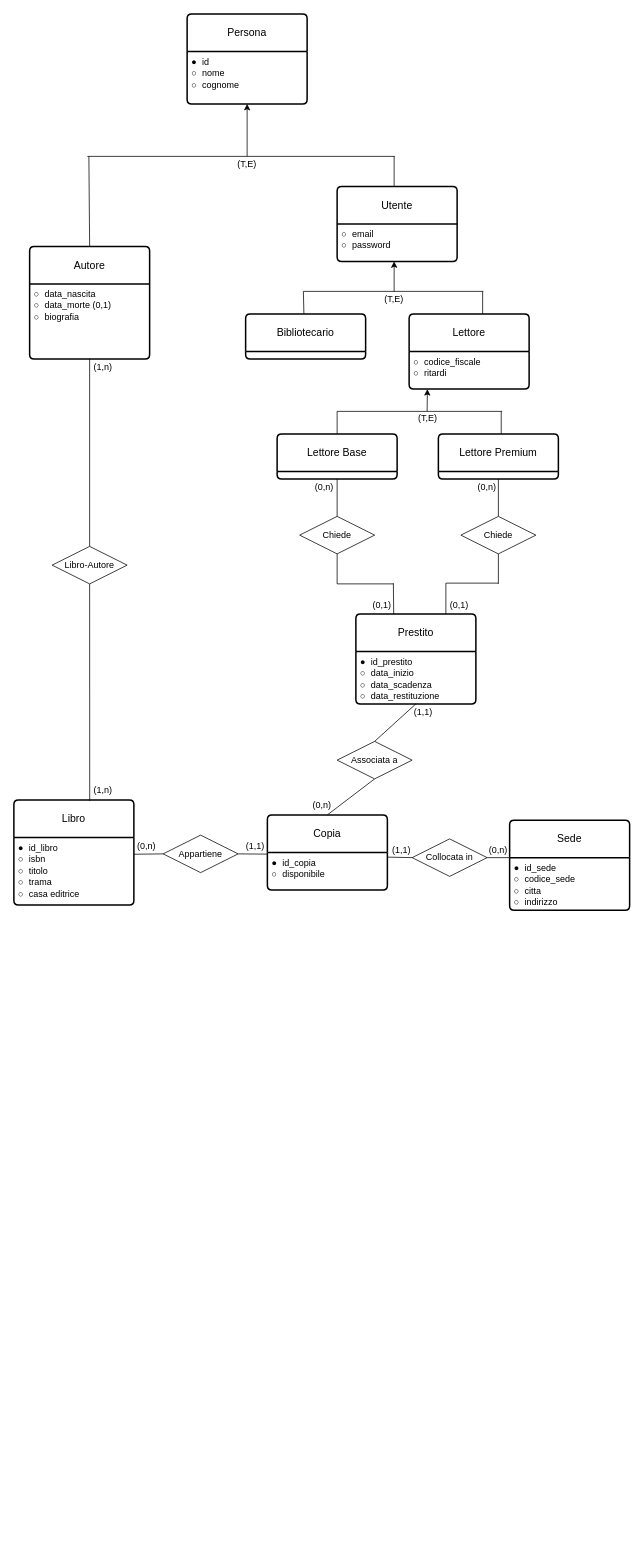
The draw.io diagram Untitled Diagram.drawio in jaczao/library-management-system, before the edit. Source tidied: cells renumbered, new cells numbered last; positions are measured from the earlier drawing's top-left corner, leaving out a move shared by most shapes. Both pictures are drawn from the tidied source at 75%, with x=0, y=0 at pixel (14, 14).
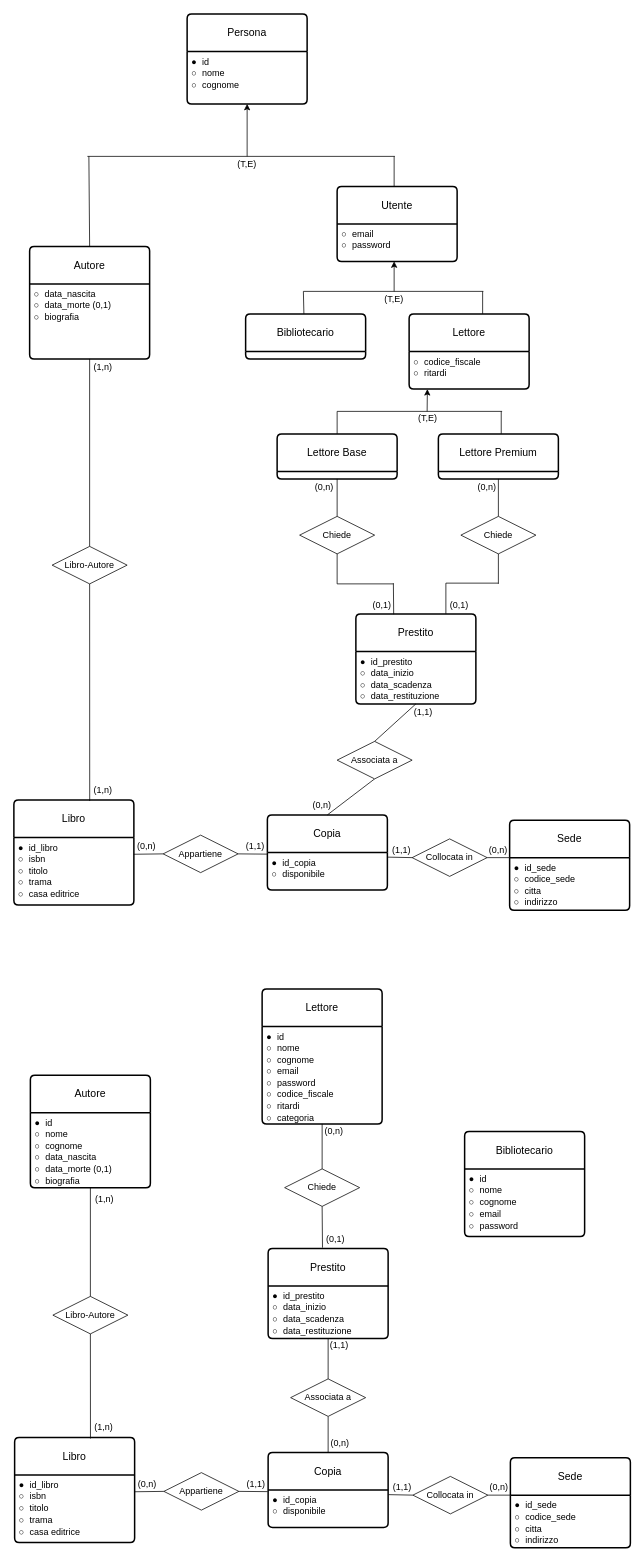
The same page after the edit.

Commit message:
Update: Accorpati Diagrammi in 1 file.drawio

Diff of the diagram source:
```diff
@@
+    <mxCell id="71" value="Libro" style="swimlane;horizontal=1;startSize=50;rounded=1;fontSize=14;fontStyle=0;strokeWidth=2;shadow=0;dashed=0;align=center;arcSize=4;whiteSpace=wrap;html=1;" parent="1" vertex="1">
+      <mxGeometry x="1" y="1898" width="160" height="140" as="geometry" />
+    </mxCell>
+    <mxCell id="72" value="&lt;code style=&quot;white-space: normal;&quot;&gt;●&amp;nbsp;&lt;/code&gt;id_libro&lt;br&gt;&lt;code style=&quot;white-space: normal;&quot;&gt;○&amp;nbsp;&lt;/code&gt;isbn&lt;br&gt;&lt;code style=&quot;white-space: normal;&quot;&gt;○&amp;nbsp;&lt;/code&gt;titolo&lt;br&gt;&lt;div&gt;&lt;code style=&quot;white-space: normal;&quot;&gt;○&amp;nbsp;&lt;/code&gt;trama&lt;br&gt;&lt;/div&gt;&lt;div&gt;&lt;code style=&quot;white-space: normal;&quot;&gt;○&amp;nbsp;&lt;/code&gt;casa editrice&lt;br&gt;&lt;/div&gt;" style="align=left;strokeColor=none;fillColor=none;spacingLeft=4;fontSize=12;verticalAlign=top;html=1;" parent="71" vertex="1">
+      <mxGeometry y="50" width="160" height="90" as="geometry" />
+    </mxCell>
+    <mxCell id="73" value="Autore" style="swimlane;horizontal=1;startSize=50;rounded=1;fontSize=14;fontStyle=0;strokeWidth=2;shadow=0;dashed=0;align=center;arcSize=4;whiteSpace=wrap;html=1;" parent="1" vertex="1">
+      <mxGeometry x="22" y="1415" width="160" height="150" as="geometry" />
+    </mxCell>
+    <mxCell id="74" value="&lt;div&gt;&lt;code style=&quot;white-space: normal;&quot;&gt;&lt;code&gt;●&amp;nbsp;&lt;/code&gt;&lt;span style=&quot;font-family: Helvetica; white-space: nowrap;&quot;&gt;id&lt;/span&gt;&lt;br style=&quot;font-family: Helvetica; white-space: nowrap;&quot;&gt;&lt;code&gt;○&amp;nbsp;&lt;/code&gt;&lt;span style=&quot;font-family: Helvetica; white-space: nowrap;&quot;&gt;nome&lt;/span&gt;&lt;div style=&quot;font-family: Helvetica; white-space: nowrap;&quot;&gt;&lt;code style=&quot;white-space: normal;&quot;&gt;○&amp;nbsp;&lt;/code&gt;cognome&lt;/div&gt;&lt;/code&gt;&lt;/div&gt;&lt;code style=&quot;white-space: normal;&quot;&gt;○&amp;nbsp;&lt;/code&gt;data_nascita&lt;br&gt;&lt;div&gt;&lt;code style=&quot;white-space: normal;&quot;&gt;○&amp;nbsp;&lt;/code&gt;data_morte (0,1)&lt;br&gt;&lt;/div&gt;&lt;div&gt;&lt;code style=&quot;white-space: normal;&quot;&gt;○&amp;nbsp;&lt;/code&gt;biografia&lt;br&gt;&lt;/div&gt;" style="align=left;strokeColor=none;fillColor=none;spacingLeft=4;fontSize=12;verticalAlign=top;html=1;" parent="73" vertex="1">
+      <mxGeometry y="50" width="160" height="100" as="geometry" />
+    </mxCell>
+    <mxCell id="75" value="Lettore" style="swimlane;horizontal=1;startSize=50;rounded=1;fontSize=14;fontStyle=0;strokeWidth=2;shadow=0;dashed=0;align=center;arcSize=4;whiteSpace=wrap;html=1;" parent="1" vertex="1">
+      <mxGeometry x="331" y="1300" width="160" height="180" as="geometry" />
+    </mxCell>
+    <mxCell id="76" value="&lt;div&gt;&lt;code style=&quot;white-space: normal;&quot;&gt;&lt;code&gt;●&amp;nbsp;&lt;/code&gt;&lt;span style=&quot;font-family: Helvetica; white-space: nowrap;&quot;&gt;id&lt;/span&gt;&lt;br style=&quot;font-family: Helvetica; white-space: nowrap;&quot;&gt;&lt;code&gt;○&amp;nbsp;&lt;/code&gt;&lt;span style=&quot;font-family: Helvetica; white-space: nowrap;&quot;&gt;nome&lt;/span&gt;&lt;div style=&quot;font-family: Helvetica; white-space: nowrap;&quot;&gt;&lt;code style=&quot;white-space: normal;&quot;&gt;○&amp;nbsp;&lt;/code&gt;cognome&lt;/div&gt;&lt;div style=&quot;font-family: Helvetica; white-space: nowrap;&quot;&gt;&lt;code style=&quot;white-space: normal;&quot;&gt;○&amp;nbsp;&lt;/code&gt;email&lt;div&gt;&lt;code style=&quot;white-space: normal;&quot;&gt;○&amp;nbsp;&lt;/code&gt;password&lt;/div&gt;&lt;/div&gt;&lt;/code&gt;&lt;/div&gt;&lt;code style=&quot;white-space: normal;&quot;&gt;○&amp;nbsp;&lt;/code&gt;codice_fiscale&lt;div&gt;&lt;code style=&quot;white-space: normal;&quot;&gt;○&amp;nbsp;&lt;/code&gt;ritardi&lt;br&gt;&lt;/div&gt;&lt;div&gt;&lt;code style=&quot;white-space: normal;&quot;&gt;○&amp;nbsp;&lt;/code&gt;categoria&lt;br&gt;&lt;/div&gt;" style="align=left;strokeColor=none;fillColor=none;spacingLeft=4;fontSize=12;verticalAlign=top;html=1;" parent="75" vertex="1">
+      <mxGeometry y="50" width="160" height="130" as="geometry" />
+    </mxCell>
+    <mxCell id="77" value="Sede" style="swimlane;horizontal=1;startSize=50;rounded=1;fontSize=14;fontStyle=0;strokeWidth=2;shadow=0;dashed=0;align=center;arcSize=4;whiteSpace=wrap;html=1;" parent="1" vertex="1">
+      <mxGeometry x="662" y="1925" width="160" height="120" as="geometry" />
+    </mxCell>
+    <mxCell id="78" value="&lt;code style=&quot;white-space: normal;&quot;&gt;●&amp;nbsp;&lt;/code&gt;id_sede&lt;br&gt;&lt;code style=&quot;white-space: normal;&quot;&gt;○&amp;nbsp;&lt;/code&gt;codice_sede&lt;br&gt;&lt;code style=&quot;white-space: normal;&quot;&gt;○&amp;nbsp;&lt;/code&gt;citta&lt;br&gt;&lt;div&gt;&lt;code style=&quot;white-space: normal;&quot;&gt;○&amp;nbsp;&lt;/code&gt;indirizzo&lt;br&gt;&lt;/div&gt;" style="align=left;strokeColor=none;fillColor=none;spacingLeft=4;fontSize=12;verticalAlign=top;html=1;" parent="77" vertex="1">
+      <mxGeometry y="50" width="160" height="70" as="geometry" />
+    </mxCell>
+    <mxCell id="79" value="Libro-Autore" style="shape=rhombus;perimeter=rhombusPerimeter;whiteSpace=wrap;html=1;align=center;" parent="1" vertex="1">
+      <mxGeometry x="52" y="1710" width="100" height="50" as="geometry" />
+    </mxCell>
+    <mxCell id="80" style="endArrow=none;html=1;rounded=0;entryX=0.5;entryY=1;entryDx=0;entryDy=0;exitX=0.632;exitY=0.011;exitDx=0;exitDy=0;exitPerimeter=0;" parent="1" edge="1" source="71" target="79">
+      <mxGeometry relative="1" as="geometry" />
+    </mxCell>
+    <mxCell id="81" value="Copia" style="swimlane;horizontal=1;startSize=50;rounded=1;fontSize=14;fontStyle=0;strokeWidth=2;shadow=0;dashed=0;align=center;arcSize=4;whiteSpace=wrap;html=1;" parent="1" vertex="1">
+      <mxGeometry x="339" y="1918" width="160" height="100" as="geometry" />
+    </mxCell>
+    <mxCell id="82" value="&lt;code style=&quot;white-space: normal;&quot;&gt;●&amp;nbsp;&lt;/code&gt;id_copia&lt;br&gt;&lt;code style=&quot;white-space: normal;&quot;&gt;○&amp;nbsp;&lt;/code&gt;disponibile" style="align=left;strokeColor=none;fillColor=none;spacingLeft=4;fontSize=12;verticalAlign=top;html=1;" parent="81" vertex="1">
+      <mxGeometry y="50" width="160" height="50" as="geometry" />
+    </mxCell>
+    <mxCell id="83" value="Appartiene" style="shape=rhombus;perimeter=rhombusPerimeter;whiteSpace=wrap;html=1;align=center;" parent="1" vertex="1">
+      <mxGeometry x="200" y="1945" width="100" height="50" as="geometry" />
+    </mxCell>
+    <mxCell id="84" value="Collocata in" style="shape=rhombus;perimeter=rhombusPerimeter;whiteSpace=wrap;html=1;align=center;" parent="1" vertex="1">
+      <mxGeometry x="532" y="1950" width="100" height="50" as="geometry" />
+    </mxCell>
+    <mxCell id="85" style="endArrow=none;html=1;rounded=0;entryX=0;entryY=0.5;entryDx=0;entryDy=0;exitX=1;exitY=0.25;exitDx=0;exitDy=0;" parent="1" edge="1" source="72" target="83">
+      <mxGeometry relative="1" as="geometry" />
+    </mxCell>
+    <mxCell id="86" style="endArrow=none;html=1;rounded=0;entryX=-0.004;entryY=0.047;entryDx=0;entryDy=0;entryPerimeter=0;exitX=1;exitY=0.5;exitDx=0;exitDy=0;" parent="1" edge="1" source="83" target="82">
+      <mxGeometry relative="1" as="geometry" />
+    </mxCell>
+    <mxCell id="87" style="endArrow=none;html=1;rounded=0;entryX=0;entryY=0.5;entryDx=0;entryDy=0;exitX=1.002;exitY=0.127;exitDx=0;exitDy=0;exitPerimeter=0;" parent="1" edge="1" source="82" target="84">
+      <mxGeometry relative="1" as="geometry" />
+    </mxCell>
+    <mxCell id="88" style="endArrow=none;html=1;rounded=0;entryX=0;entryY=0.417;entryDx=0;entryDy=0;exitX=1;exitY=0.5;exitDx=0;exitDy=0;entryPerimeter=0;" parent="1" edge="1" source="84" target="77">
+      <mxGeometry relative="1" as="geometry" />
+    </mxCell>
+    <mxCell id="89" value="(1,n)" style="text;html=1;align=center;verticalAlign=middle;whiteSpace=wrap;rounded=0;" parent="1" vertex="1">
+      <mxGeometry x="91" y="1565" width="60" height="30" as="geometry" />
+    </mxCell>
+    <mxCell id="90" value="(1,n)" style="text;html=1;align=center;verticalAlign=middle;whiteSpace=wrap;rounded=0;" parent="1" vertex="1">
+      <mxGeometry x="90" y="1870" width="60" height="30" as="geometry" />
+    </mxCell>
+    <mxCell id="91" value="(0,n)" style="text;html=1;align=center;verticalAlign=middle;whiteSpace=wrap;rounded=0;" parent="1" vertex="1">
+      <mxGeometry x="148" y="1945" width="60" height="30" as="geometry" />
+    </mxCell>
+    <mxCell id="92" value="(1,1)" style="text;html=1;align=center;verticalAlign=middle;whiteSpace=wrap;rounded=0;" parent="1" vertex="1">
+      <mxGeometry x="293" y="1945" width="60" height="30" as="geometry" />
+    </mxCell>
+    <mxCell id="93" value="(1,1)" style="text;html=1;align=center;verticalAlign=middle;whiteSpace=wrap;rounded=0;" parent="1" vertex="1">
+      <mxGeometry x="488" y="1950" width="60" height="30" as="geometry" />
+    </mxCell>
+    <mxCell id="94" value="(0,n)" style="text;html=1;align=center;verticalAlign=middle;whiteSpace=wrap;rounded=0;" parent="1" vertex="1">
+      <mxGeometry x="617" y="1950" width="60" height="30" as="geometry" />
+    </mxCell>
+    <mxCell id="95" style="endArrow=none;html=1;rounded=0;entryX=0.5;entryY=0;entryDx=0;entryDy=0;exitX=0.5;exitY=1;exitDx=0;exitDy=0;" parent="1" edge="1" source="104" target="81">
+      <mxGeometry relative="1" as="geometry" />
+    </mxCell>
+    <mxCell id="96" value="(0,n)" style="text;html=1;align=center;verticalAlign=middle;whiteSpace=wrap;rounded=0;" parent="1" vertex="1">
+      <mxGeometry x="397" y="1475" width="60" height="30" as="geometry" />
+    </mxCell>
+    <mxCell id="97" style="endArrow=none;html=1;rounded=0;entryX=0.5;entryY=0;entryDx=0;entryDy=0;exitX=0.5;exitY=1;exitDx=0;exitDy=0;" parent="1" edge="1" source="76" target="105">
+      <mxGeometry relative="1" as="geometry" />
+    </mxCell>
+    <mxCell id="98" value="Bibliotecario" style="swimlane;horizontal=1;startSize=50;rounded=1;fontSize=14;fontStyle=0;strokeWidth=2;shadow=0;dashed=0;align=center;arcSize=4;whiteSpace=wrap;html=1;" parent="1" vertex="1">
+      <mxGeometry x="601" y="1490" width="160" height="140" as="geometry" />
+    </mxCell>
+    <mxCell id="99" value="&lt;div&gt;&lt;code style=&quot;white-space: normal;&quot;&gt;●&amp;nbsp;&lt;/code&gt;id&lt;br&gt;&lt;code style=&quot;white-space: normal;&quot;&gt;○&amp;nbsp;&lt;/code&gt;nome&lt;div&gt;&lt;code style=&quot;white-space: normal;&quot;&gt;○&amp;nbsp;&lt;/code&gt;cognome&lt;/div&gt;&lt;/div&gt;&lt;div&gt;&lt;code style=&quot;white-space: normal;&quot;&gt;○&amp;nbsp;&lt;/code&gt;email&lt;div&gt;&lt;code style=&quot;white-space: normal;&quot;&gt;○&amp;nbsp;&lt;/code&gt;password&lt;/div&gt;&lt;/div&gt;" style="align=left;strokeColor=none;fillColor=none;spacingLeft=4;fontSize=12;verticalAlign=top;html=1;" parent="98" vertex="1">
+      <mxGeometry y="50" width="160" height="90" as="geometry" />
+    </mxCell>
+    <mxCell id="100" style="endArrow=none;html=1;rounded=0;exitX=0.5;exitY=0;exitDx=0;exitDy=0;entryX=0.5;entryY=1;entryDx=0;entryDy=0;" parent="1" edge="1" source="79" target="74">
+      <mxGeometry relative="1" as="geometry" />
+    </mxCell>
+    <mxCell id="101" value="Prestito" style="swimlane;horizontal=1;startSize=50;rounded=1;fontSize=14;fontStyle=0;strokeWidth=2;shadow=0;dashed=0;align=center;arcSize=4;whiteSpace=wrap;html=1;" parent="1" vertex="1">
+      <mxGeometry x="339" y="1646" width="160" height="120" as="geometry" />
+    </mxCell>
+    <mxCell id="102" value="&lt;code style=&quot;white-space: normal;&quot;&gt;●&amp;nbsp;&lt;/code&gt;id_prestito&lt;br&gt;&lt;code style=&quot;white-space: normal;&quot;&gt;○&amp;nbsp;&lt;/code&gt;data_inizio&lt;br&gt;&lt;code style=&quot;white-space: normal;&quot;&gt;○&amp;nbsp;&lt;/code&gt;data_scadenza&lt;br&gt;&lt;div&gt;&lt;code style=&quot;white-space: normal;&quot;&gt;○&amp;nbsp;&lt;/code&gt;data_restituzione&lt;br&gt;&lt;/div&gt;" style="align=left;strokeColor=none;fillColor=none;spacingLeft=4;fontSize=12;verticalAlign=top;html=1;" parent="101" vertex="1">
+      <mxGeometry y="50" width="160" height="70" as="geometry" />
+    </mxCell>
+    <mxCell id="103" value="(0,n)" style="text;html=1;align=center;verticalAlign=middle;whiteSpace=wrap;rounded=0;" parent="1" vertex="1">
+      <mxGeometry x="405" y="1891" width="60" height="30" as="geometry" />
+    </mxCell>
+    <mxCell id="104" value="Associata a" style="shape=rhombus;perimeter=rhombusPerimeter;whiteSpace=wrap;html=1;align=center;" parent="1" vertex="1">
+      <mxGeometry x="369" y="1820" width="100" height="50" as="geometry" />
+    </mxCell>
+    <mxCell id="105" value="Chiede" style="shape=rhombus;perimeter=rhombusPerimeter;whiteSpace=wrap;html=1;align=center;" parent="1" vertex="1">
+      <mxGeometry x="361" y="1540" width="100" height="50" as="geometry" />
+    </mxCell>
+    <mxCell id="106" style="endArrow=none;html=1;rounded=0;entryX=0.453;entryY=-0.008;entryDx=0;entryDy=0;exitX=0.5;exitY=1;exitDx=0;exitDy=0;entryPerimeter=0;" parent="1" edge="1" source="105" target="101">
+      <mxGeometry relative="1" as="geometry" />
+    </mxCell>
+    <mxCell id="107" style="endArrow=none;html=1;rounded=0;entryX=0.5;entryY=0;entryDx=0;entryDy=0;exitX=0.5;exitY=1;exitDx=0;exitDy=0;" parent="1" edge="1" source="102" target="104">
+      <mxGeometry relative="1" as="geometry" />
+    </mxCell>
+    <mxCell id="108" value="(0,1)" style="text;html=1;align=center;verticalAlign=middle;whiteSpace=wrap;rounded=0;" parent="1" vertex="1">
+      <mxGeometry x="399" y="1619" width="60" height="30" as="geometry" />
+    </mxCell>
+    <mxCell id="109" value="(1,1)" style="text;html=1;align=center;verticalAlign=middle;whiteSpace=wrap;rounded=0;" parent="1" vertex="1">
+      <mxGeometry x="404" y="1760" width="60" height="30" as="geometry" />
+    </mxCell>
```
